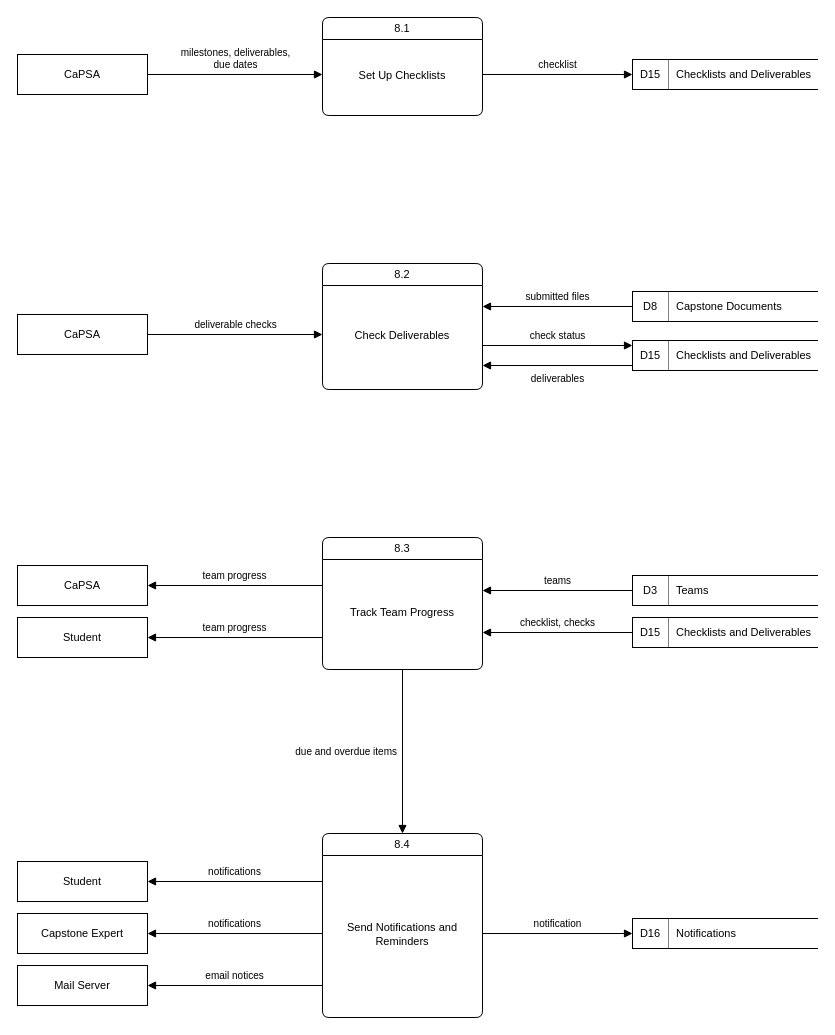
Before: page "DFD Level 1 - 8.0 Monitor Progress and Notify Users" (11 of 15) of docs/diagrams/capstrack-diagrams-all.drawio in M21thony/capstrack, a draw.io diagram. Source tidied: cells renumbered, new cells numbered last; positions are measured from the earlier drawing's top-left corner, leaving out a move shared by most shapes. Both pictures are drawn from the tidied source at 100%, with x=0, y=0 at pixel (17, 17).
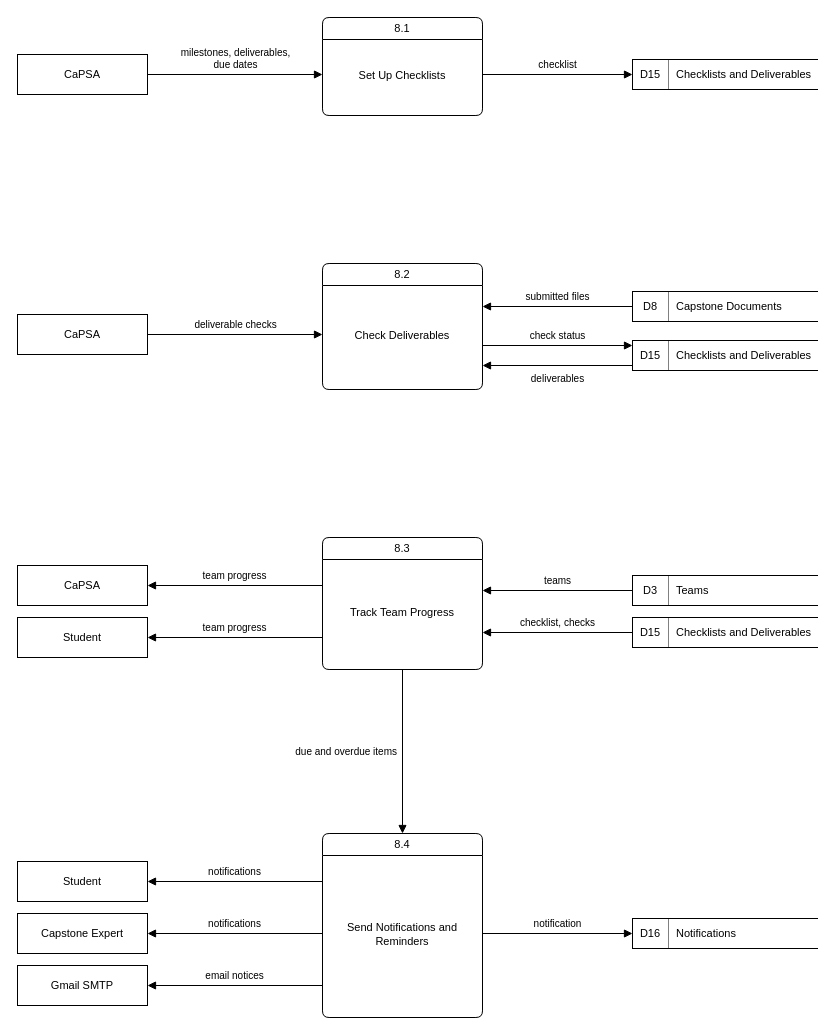
The same diagram, later.

Commit message (it also covers changes not shown here):
Diagrams: name the mail server Gmail SMTP

Change to the diagram source:
```diff
@@
-    <mxCell id="43" value="Mail Server" style="rounded=0;whiteSpace=wrap;html=1;fillColor=#ffffff;fontSize=11;strokeColor=#000000;fontFamily=Helvetica;fontColor=#000000;" parent="1" vertex="1">
+    <mxCell id="43" value="Gmail SMTP" style="rounded=0;whiteSpace=wrap;html=1;fillColor=#ffffff;fontSize=11;strokeColor=#000000;fontFamily=Helvetica;fontColor=#000000;" parent="1" vertex="1">
       <mxGeometry y="948" width="130" height="40" as="geometry" />
     </mxCell>
```
